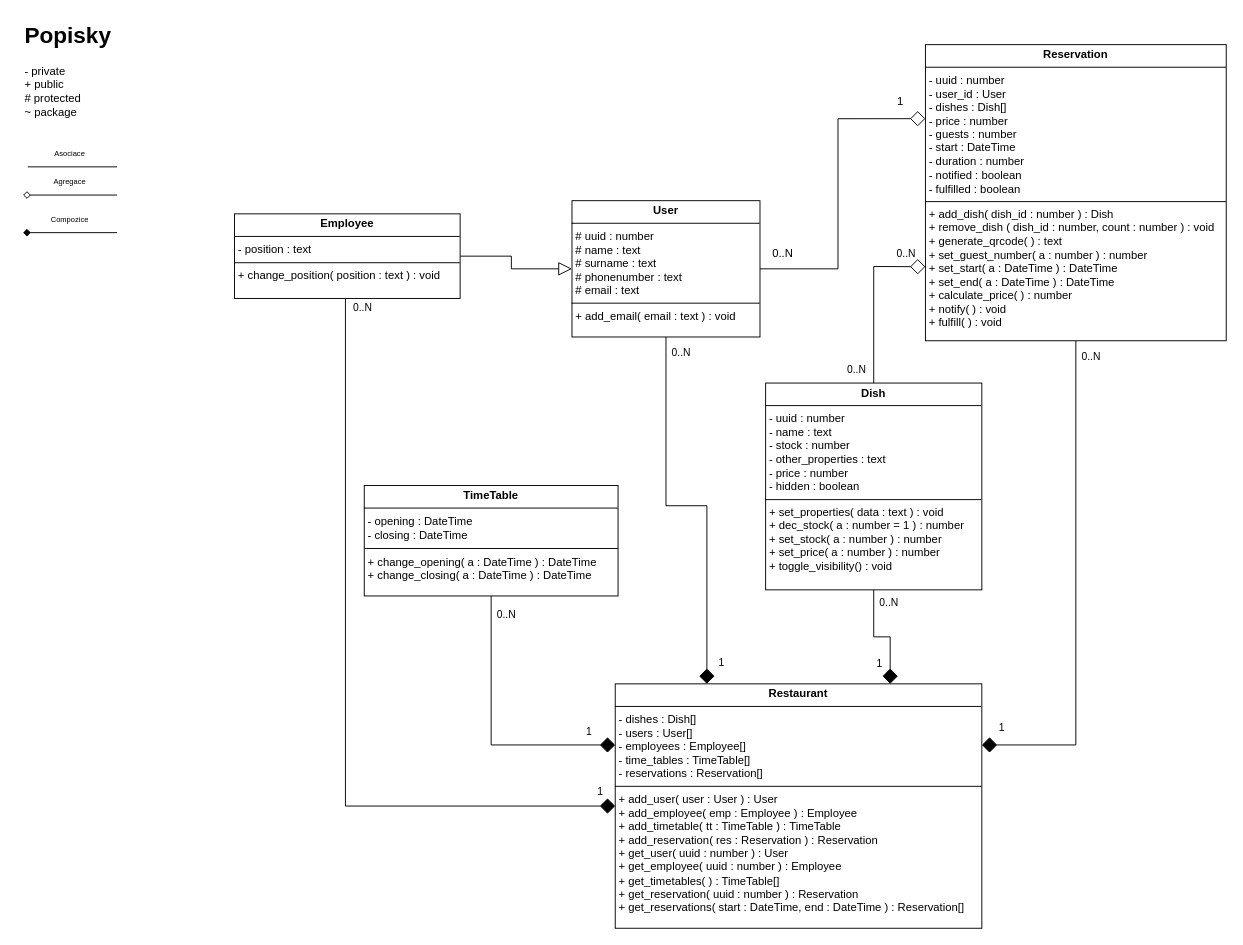
LPbigFish/SWI-Projekt keeps this draw.io diagram as page "Třídové diagramy" (2 of 2) of Diagram.drawio. Above is the earlier version. Source tidied: cells renumbered, new cells numbered last; positions are measured from the earlier drawing's top-left corner, leaving out a move shared by most shapes. Both pictures are drawn from the tidied source at 94%, with x=0, y=0 at pixel (23, 16).
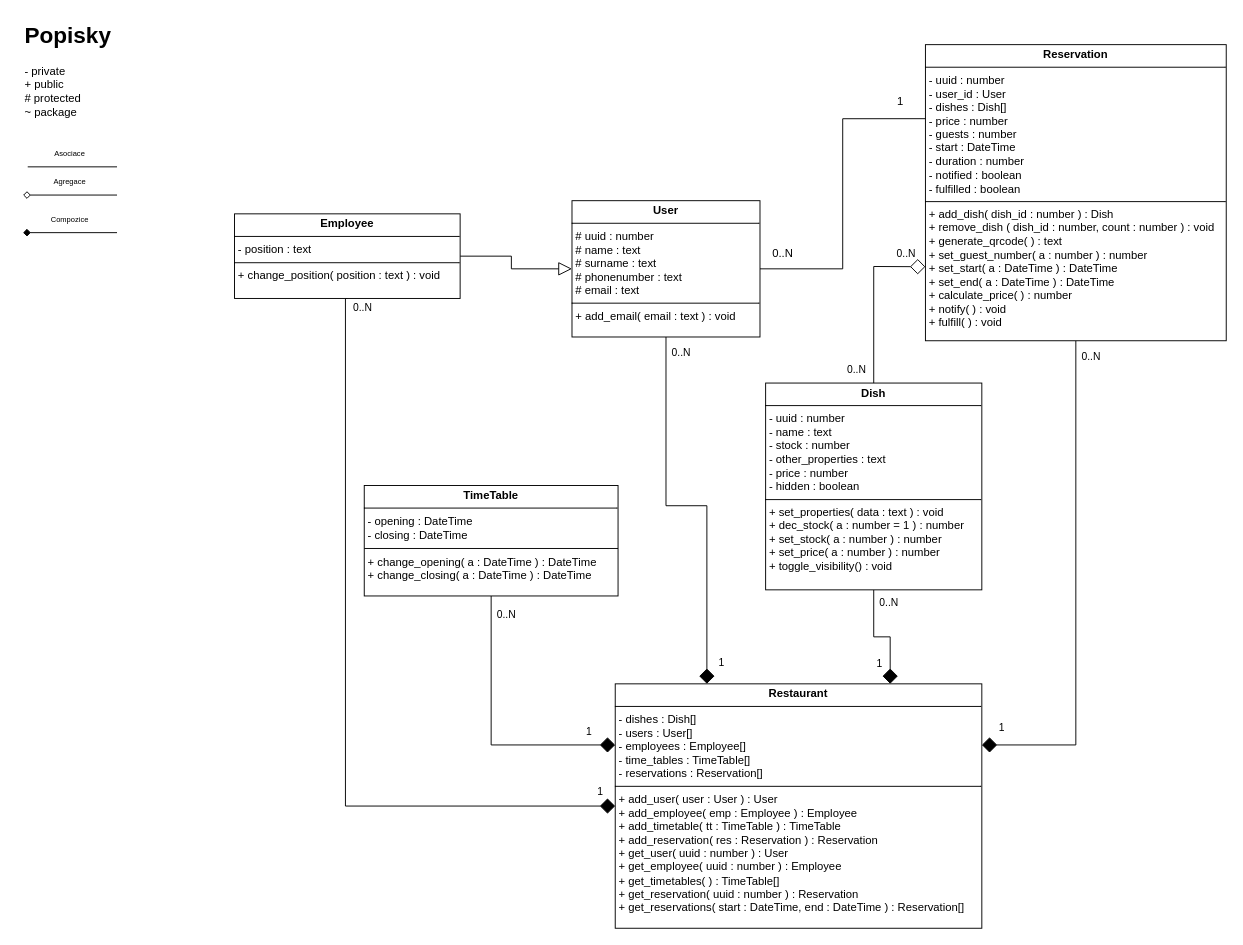
Above is the later version.

Unchanged cells that the change refers to:
```xml
<mxCell id="22" value="&lt;p style=&quot;margin:0px;margin-top:4px;text-align:center;&quot;&gt;&lt;b&gt;Reservation&lt;/b&gt;&lt;/p&gt;&lt;hr size=&quot;1&quot; style=&quot;border-style:solid;&quot;&gt;&lt;p style=&quot;margin:0px;margin-left:4px;&quot;&gt;- uuid : number&lt;/p&gt;&lt;p style=&quot;margin:0px;margin-left:4px;&quot;&gt;- user_id : User&lt;/p&gt;&lt;p style=&quot;margin:0px;margin-left:4px;&quot;&gt;- dishes : Dish[]&lt;/p&gt;&lt;p style=&quot;margin:0px;margin-left:4px;&quot;&gt;- price : number&lt;/p&gt;&lt;p style=&quot;margin:0px;margin-left:4px;&quot;&gt;- guests : number&lt;/p&gt;&lt;p style=&quot;margin:0px;margin-left:4px;&quot;&gt;- start : DateTime&lt;/p&gt;&lt;p style=&quot;margin:0px;margin-left:4px;&quot;&gt;- duration : number&lt;/p&gt;&lt;p style=&quot;margin:0px;margin-left:4px;&quot;&gt;- notified : boolean&lt;/p&gt;&lt;p style=&quot;margin:0px;margin-left:4px;&quot;&gt;- fulfilled : boolean&lt;/p&gt;&lt;hr size=&quot;1&quot; style=&quot;border-style:solid;&quot;&gt;&lt;p style=&quot;margin:0px;margin-left:4px;&quot;&gt;+ add_dish( dish_id : number ) : Dish&lt;/p&gt;&lt;p style=&quot;margin:0px;margin-left:4px;&quot;&gt;+ remove_dish ( dish_id : number, count : number ) : void&lt;/p&gt;&lt;p style=&quot;margin:0px;margin-left:4px;&quot;&gt;+ generate_qrcode( ) : text&lt;/p&gt;&lt;p style=&quot;margin:0px;margin-left:4px;&quot;&gt;+ set_guest_number( a : number ) : number&lt;/p&gt;&lt;p style=&quot;margin:0px;margin-left:4px;&quot;&gt;+ set_start( a : DateTime ) : DateTime&lt;/p&gt;&lt;p style=&quot;margin:0px;margin-left:4px;&quot;&gt;+ set_end( a : DateTime ) : DateTime&lt;/p&gt;&lt;p style=&quot;margin:0px;margin-left:4px;&quot;&gt;+ calculate_price( ) : number&lt;/p&gt;&lt;p style=&quot;margin:0px;margin-left:4px;&quot;&gt;+ notify( ) : void&lt;/p&gt;&lt;p style=&quot;margin:0px;margin-left:4px;&quot;&gt;+ fulfill( ) : void&lt;/p&gt;" style="verticalAlign=top;align=left;overflow=fill;html=1;whiteSpace=wrap;" parent="1" vertex="1">
  <mxGeometry x="960" y="30" width="320" height="315" as="geometry" />
</mxCell>
<mxCell id="27" value="&lt;p style=&quot;margin:0px;margin-top:4px;text-align:center;&quot;&gt;&lt;b&gt;User&lt;/b&gt;&lt;/p&gt;&lt;hr size=&quot;1&quot; style=&quot;border-style:solid;&quot;&gt;&lt;p style=&quot;margin:0px;margin-left:4px;&quot;&gt;# uuid : number&lt;/p&gt;&lt;p style=&quot;margin:0px;margin-left:4px;&quot;&gt;# name : text&lt;/p&gt;&lt;p style=&quot;margin:0px;margin-left:4px;&quot;&gt;# surname : text&lt;/p&gt;&lt;p style=&quot;margin:0px;margin-left:4px;&quot;&gt;# phonenumber : text&lt;/p&gt;&lt;p style=&quot;margin:0px;margin-left:4px;&quot;&gt;# email : text&lt;/p&gt;&lt;hr size=&quot;1&quot; style=&quot;border-style:solid;&quot;&gt;&lt;p style=&quot;margin:0px;margin-left:4px;&quot;&gt;+ add_email( email : text ) : void&lt;/p&gt;" style="verticalAlign=top;align=left;overflow=fill;html=1;whiteSpace=wrap;" parent="1" vertex="1">
  <mxGeometry x="584" y="196" width="200" height="145" as="geometry" />
</mxCell>
```

The edit, as a diff of the source:
```diff
@@
-    <mxCell id="26" style="edgeStyle=orthogonalEdgeStyle;rounded=0;jettySize=auto;html=1;entryX=0;entryY=0.25;entryDx=0;entryDy=0;endArrow=diamond;endFill=0;endSize=14;" parent="1" edge="1" source="27" target="22">
+    <mxCell id="26" style="edgeStyle=orthogonalEdgeStyle;rounded=0;jettySize=auto;html=1;entryX=0;entryY=0.25;entryDx=0;entryDy=0;endArrow=none;endFill=0;endSize=14;startFill=0;" parent="1" edge="1" source="27" target="22">
       <mxGeometry relative="1" as="geometry" />
     </mxCell>
```
